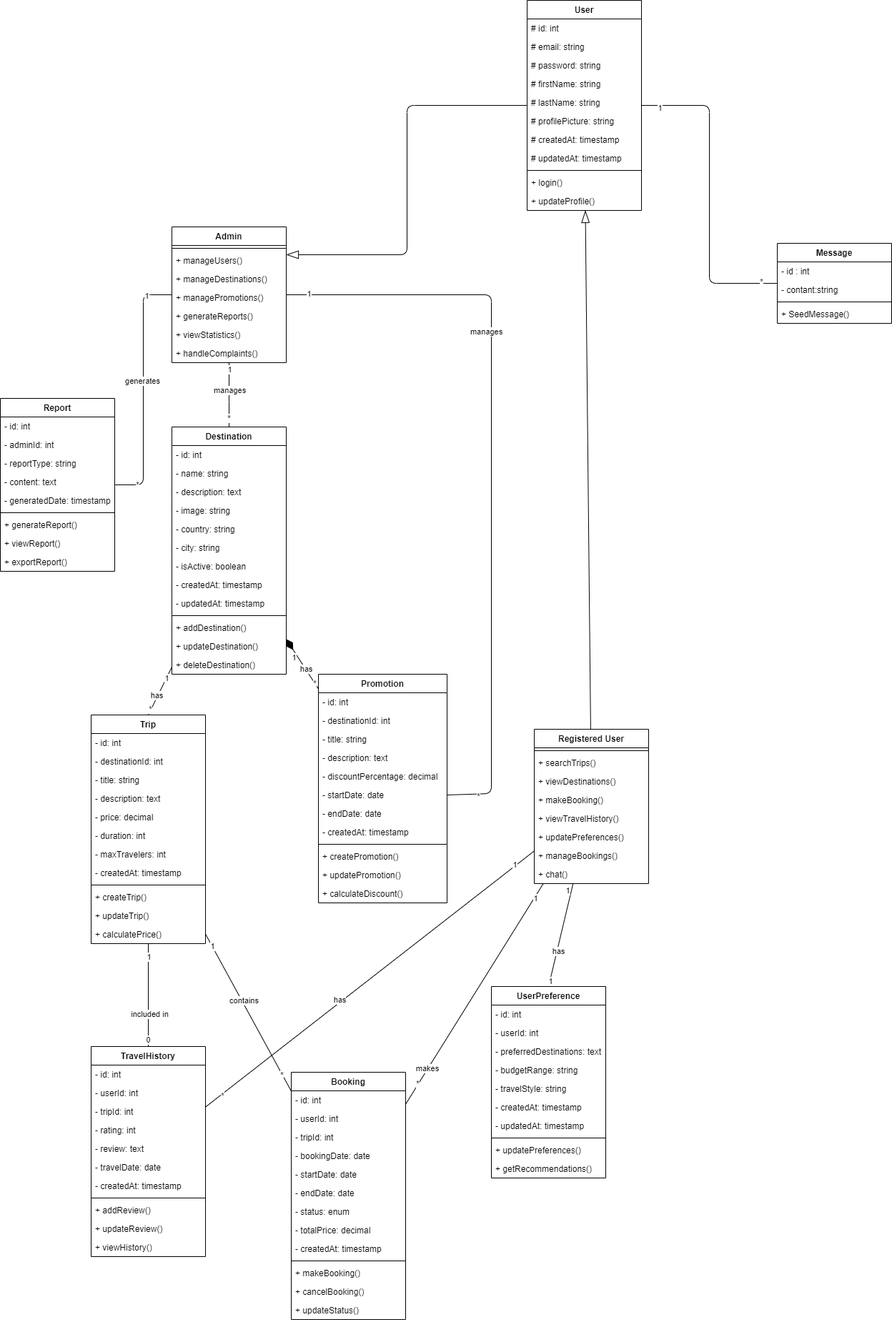
This is Diagram/class_Diagram/class.png from Ibrahim-Lmlilas/HACK-GO, a draw.io export, as it was before one commit. Source tidied: cells renumbered, new cells last; positions are measured from the earlier drawing's top-left corner, leaving out a move shared by most shapes.
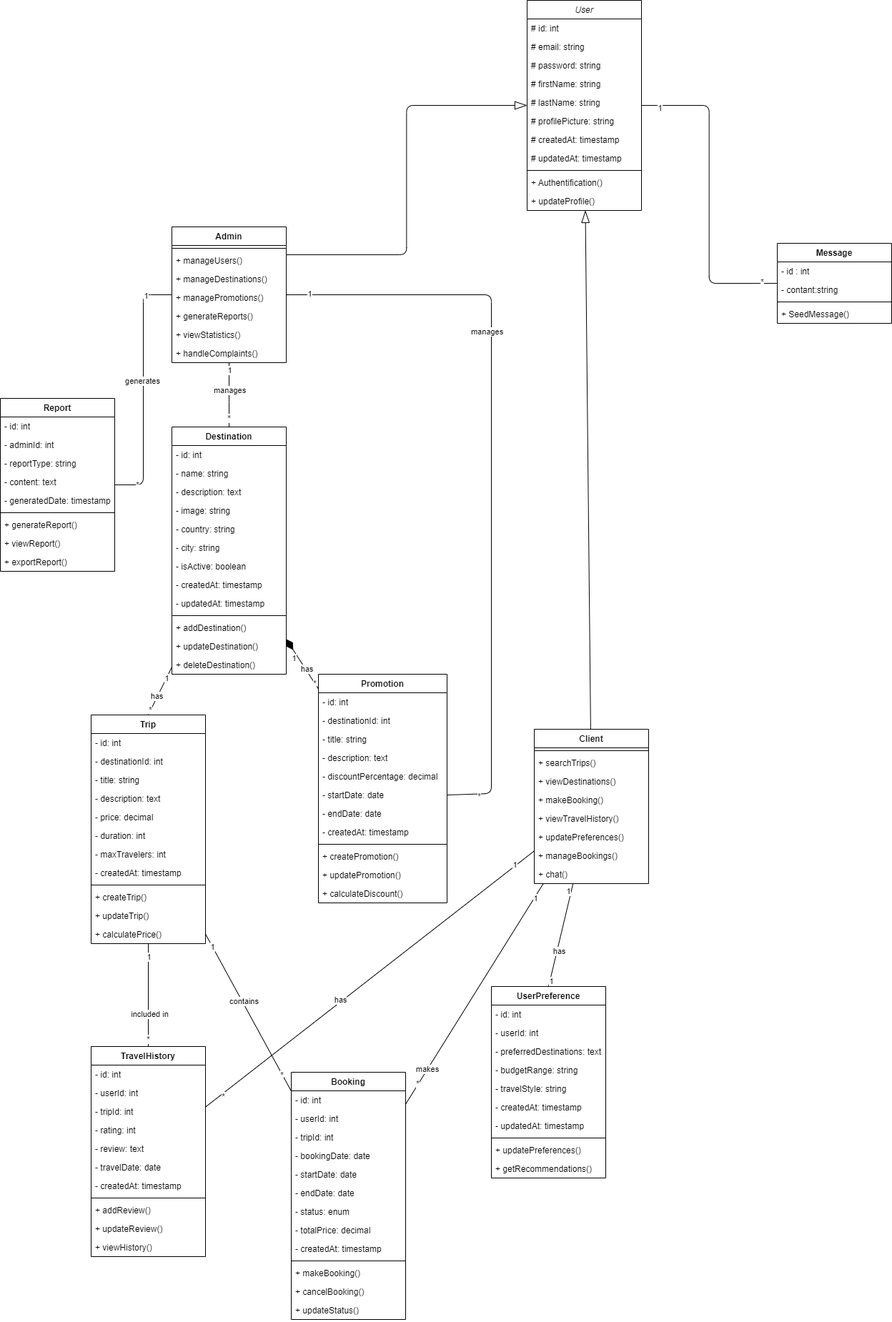
Later version of the same file.

Diff of the diagram source:
```diff
@@ -2,7 +2,7 @@
   <root>
     <mxCell id="0" />
     <mxCell id="1" parent="0" />
-    <mxCell id="2" style="edgeStyle=elbowEdgeStyle;html=1;entryX=1;entryY=0.5;entryDx=0;entryDy=0;endArrow=blockThin;endFill=0;endSize=15;" parent="1" edge="1" source="6">
+    <mxCell id="2" style="edgeStyle=elbowEdgeStyle;html=1;entryX=1;entryY=0.5;entryDx=0;entryDy=0;endArrow=none;endFill=0;endSize=15;startArrow=blockThin;startFill=0;startSize=15;" parent="1" edge="1" source="6">
       <mxGeometry relative="1" as="geometry">
         <mxPoint x="400" y="356" as="targetPoint" />
       </mxGeometry>
@@ -16,7 +16,7 @@
     <mxCell id="5" value="*" style="edgeLabel;html=1;align=center;verticalAlign=middle;" parent="3" vertex="1">
       <mxGeometry x="0.9" y="3" relative="1" as="geometry" />
     </mxCell>
-    <mxCell id="6" value="User" style="swimlane;fontStyle=1;align=center;verticalAlign=top;horizontal=1;startSize=26;" parent="1" vertex="1">
+    <mxCell id="6" value="User" style="swimlane;fontStyle=2;align=center;verticalAlign=top;horizontal=1;startSize=26;" parent="1" vertex="1">
       <mxGeometry x="737" width="160" height="294" as="geometry" />
     </mxCell>
     <mxCell id="7" value="# id: int" style="text;strokeColor=none;fillColor=none;align=left;verticalAlign=top;spacingLeft=4;spacingRight=4;overflow=hidden;" parent="6" vertex="1">
@@ -46,7 +46,7 @@
     <mxCell id="15" style="line;strokeWidth=1;fillColor=none;align=left;verticalAlign=middle;spacingTop=-1;spacingLeft=3;spacingRight=3;labelPosition=right;strokeColor=inherit;" parent="6" vertex="1">
       <mxGeometry y="234" width="160" height="8" as="geometry" />
     </mxCell>
-    <mxCell id="16" value="+ login()" style="text;strokeColor=none;fillColor=none;align=left;verticalAlign=top;spacingLeft=4;spacingRight=4;overflow=hidden;" parent="6" vertex="1">
+    <mxCell id="16" value="+ Authentification()" style="text;strokeColor=none;fillColor=none;align=left;verticalAlign=top;spacingLeft=4;spacingRight=4;overflow=hidden;" parent="6" vertex="1">
       <mxGeometry y="242" width="160" height="26" as="geometry" />
     </mxCell>
     <mxCell id="17" value="+ updateProfile()" style="text;strokeColor=none;fillColor=none;align=left;verticalAlign=top;spacingLeft=4;spacingRight=4;overflow=hidden;" parent="6" vertex="1">
@@ -269,7 +269,7 @@
     <mxCell id="85" value="1" style="edgeLabel;html=1;align=center;verticalAlign=middle;" parent="83" vertex="1">
       <mxGeometry x="-0.75" relative="1" as="geometry" />
     </mxCell>
-    <mxCell id="86" value="0" style="edgeLabel;html=1;align=center;verticalAlign=middle;" parent="83" vertex="1">
+    <mxCell id="86" value="*" style="edgeLabel;html=1;align=center;verticalAlign=middle;" parent="83" vertex="1">
       <mxGeometry x="0.86" y="-1" relative="1" as="geometry" />
     </mxCell>
     <mxCell id="87" style="edgeStyle=none;html=1;endArrow=none;endFill=0;endSize=15;" parent="1" edge="1" source="91" target="137">
@@ -370,7 +370,7 @@
     <mxCell id="116" value="1" style="edgeLabel;html=1;align=center;verticalAlign=middle;" parent="113" vertex="1">
       <mxGeometry x="-0.89" y="-2" relative="1" as="geometry" />
     </mxCell>
-    <mxCell id="117" value="Registered User" style="swimlane;fontStyle=1;align=center;verticalAlign=top;horizontal=1;startSize=26;" parent="1" vertex="1">
+    <mxCell id="117" value="Client" style="swimlane;fontStyle=1;align=center;verticalAlign=top;horizontal=1;startSize=26;" parent="1" vertex="1">
       <mxGeometry x="747" y="1020" width="160" height="216" as="geometry" />
     </mxCell>
     <mxCell id="118" style="line;strokeWidth=1;fillColor=none;align=left;verticalAlign=middle;spacingTop=-1;spacingLeft=3;spacingRight=3;labelPosition=right;strokeColor=inherit;" parent="117" vertex="1">
```
